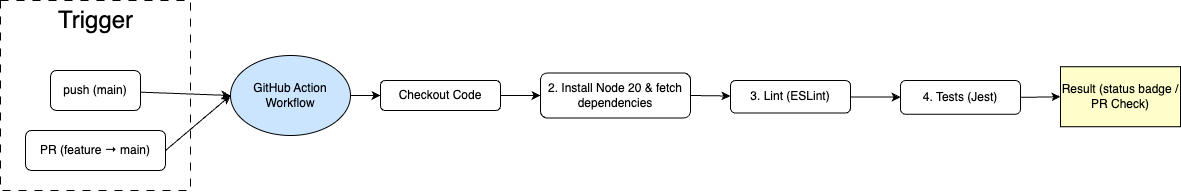
Before: admin/cipipeline/phase1.drawio.png, a diagram exported from draw.io (cse110-sp25-group28/cse110-sp25-group28). Source tidied: cells renumbered, new cells last; positions are measured from the earlier drawing's top-left corner, leaving out a move shared by most shapes.
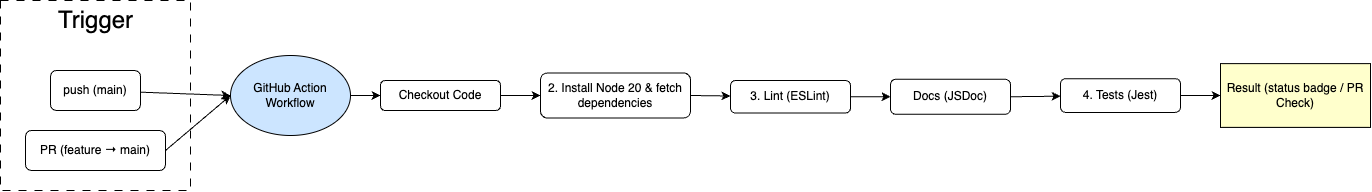
The same file after the commit.

Commit message:
added jsdoc section to pipeline diagram

The edit, as a diff of the source:
```diff
@@ -38,20 +38,26 @@
     <mxCell id="13" style="endArrow=classic;html=1;exitX=1;exitY=0.5;exitDx=0;exitDy=0;" parent="1" edge="1" source="12" target="15">
       <mxGeometry relative="1" as="geometry" />
     </mxCell>
-    <mxCell id="14" style="edgeStyle=none;html=1;" parent="1" edge="1" source="15" target="16">
+    <mxCell id="14" style="edgeStyle=none;html=1;" parent="1" edge="1" source="15" target="20">
       <mxGeometry relative="1" as="geometry" />
     </mxCell>
     <mxCell id="15" value="3. Lint (ESLint)" style="rounded=1;whiteSpace=wrap;html=1;" parent="1" vertex="1">
       <mxGeometry x="730" y="80" width="120" height="32.5" as="geometry" />
     </mxCell>
     <mxCell id="16" value="4. Tests (Jest)" style="whiteSpace=wrap;html=1;rounded=1;" parent="1" vertex="1">
-      <mxGeometry x="900" y="80" width="120" height="33.8" as="geometry" />
+      <mxGeometry x="1060" y="78.1" width="120" height="33.8" as="geometry" />
     </mxCell>
     <mxCell id="17" value="Result (status badge / PR Check)" style="rounded=0;whiteSpace=wrap;html=1;fillColor=#FFFFCC;" parent="1" vertex="1">
-      <mxGeometry x="1060" y="66.2" width="120" height="60" as="geometry" />
+      <mxGeometry x="1220" y="63.1" width="150" height="63.8" as="geometry" />
     </mxCell>
     <mxCell id="18" style="endArrow=classic;html=1;entryX=0;entryY=0.5;entryDx=0;entryDy=0;exitX=1;exitY=0.5;exitDx=0;exitDy=0;" parent="1" edge="1" source="16" target="17">
       <mxGeometry relative="1" as="geometry" />
     </mxCell>
+    <mxCell id="19" style="edgeStyle=none;html=1;exitX=1;exitY=0.5;exitDx=0;exitDy=0;" parent="1" edge="1" source="20" target="16">
+      <mxGeometry relative="1" as="geometry" />
+    </mxCell>
+    <mxCell id="20" value="Docs (JSDoc)" style="rounded=1;whiteSpace=wrap;html=1;" parent="1" vertex="1">
+      <mxGeometry x="890" y="78.8" width="120" height="35" as="geometry" />
+    </mxCell>
   </root>
 </mxGraphModel>
```
